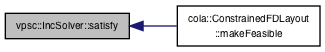
Earlier version of the Graphviz export documentation/classvpsc_1_1IncSolver_ae0514b075bdc0329bde9539d7132c343_icgraph.png (mjwybrow/adaptagrams). Its source is kept beside it as documentation/classvpsc_1_1IncSolver_ae0514b075bdc0329bde9539d7132c343_icgraph.dot.
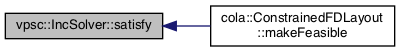
After the change.

Diff of the diagram source:
```diff
@@ -3,7 +3,7 @@
   edge [fontname="Helvetica",fontsize="10",labelfontname="Helvetica",labelfontsize="10"];
   node [fontname="Helvetica",fontsize="10",shape=record];
   rankdir="LR";
-  Node5 [label="vpsc::IncSolver::satisfy",height=0.2,width=0.4,color="black", fillcolor="grey75", style="filled", fontcolor="black"];
-  Node5 -> Node6 [dir="back",color="midnightblue",fontsize="10",style="solid",fontname="Helvetica"];
-  Node6 [label="cola::ConstrainedFDLayout\l::makeFeasible",height=0.2,width=0.4,color="black", fillcolor="white", style="filled",URL="$classcola_1_1ConstrainedFDLayout.html#a66697e8a428b0d1ecd8d5e042ee7072f",tooltip="Finds a feasible starting position for nodes that satisfies the given constraints. "];
+  Node4 [label="vpsc::IncSolver::satisfy",height=0.2,width=0.4,color="black", fillcolor="grey75", style="filled", fontcolor="black"];
+  Node4 -> Node5 [dir="back",color="midnightblue",fontsize="10",style="solid",fontname="Helvetica"];
+  Node5 [label="cola::ConstrainedFDLayout\l::makeFeasible",height=0.2,width=0.4,color="black", fillcolor="white", style="filled",URL="$classcola_1_1ConstrainedFDLayout.html#a9636ae8663bbc104598155c32463a27e",tooltip="Finds a feasible starting position for nodes that satisfies the given constraints. "];
 }
```
